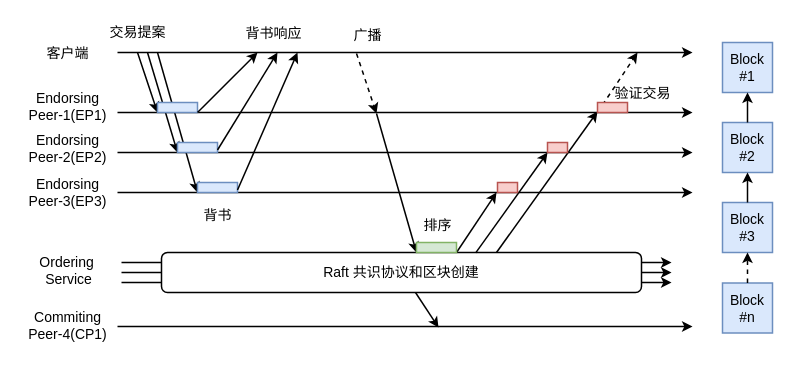
Mr-doublehappines/httpServer keeps this draw.io diagram as Raft共识.drawio. Above is the earlier version. Source tidied: cells renumbered, new cells numbered last; positions are measured from the earlier drawing's top-left corner, leaving out a move shared by most shapes. Both pictures are drawn from the tidied source at 100%, with x=0, y=0 at pixel (22, 17).
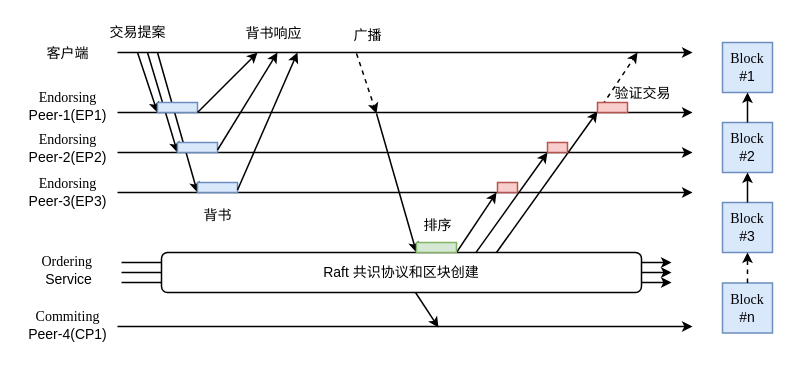
Above is the later version.

Diff of the diagram source:
```diff
@@
-    <mxCell id="11" value="&lt;font style=&quot;vertical-align: inherit; font-size: 14px;&quot;&gt;&lt;font style=&quot;vertical-align: inherit; font-size: 14px;&quot;&gt;&lt;font style=&quot;vertical-align: inherit; font-size: 14px;&quot;&gt;&lt;font style=&quot;vertical-align: inherit; font-size: 14px;&quot;&gt;Endorsing&lt;/font&gt;&lt;/font&gt;&lt;/font&gt;&lt;/font&gt;&lt;div style=&quot;font-size: 14px;&quot;&gt;&lt;font style=&quot;vertical-align: inherit; font-size: 14px;&quot;&gt;&lt;font style=&quot;vertical-align: inherit; font-size: 14px;&quot;&gt;Peer-1(EP1)&lt;/font&gt;&lt;/font&gt;&lt;/div&gt;" style="text;html=1;align=center;verticalAlign=middle;strokeColor=none;fillColor=none;fontSize=14;fontFamily=宋体;" parent="1" vertex="1">
-      <mxGeometry y="64" width="90" height="50" as="geometry" />
+    <mxCell id="11" value="&lt;font style=&quot;vertical-align: inherit; font-size: 14px;&quot;&gt;&lt;font style=&quot;vertical-align: inherit; font-size: 14px;&quot;&gt;&lt;font style=&quot;vertical-align: inherit; font-size: 14px;&quot;&gt;&lt;font face=&quot;Times New Roman&quot; style=&quot;vertical-align: inherit; font-size: 14px;&quot;&gt;Endorsing&lt;/font&gt;&lt;/font&gt;&lt;/font&gt;&lt;/font&gt;&lt;div style=&quot;font-size: 14px;&quot;&gt;&lt;font style=&quot;vertical-align: inherit; font-size: 14px;&quot;&gt;&lt;font face=&quot;mkeMbur1AeJrhPFCi3Xl&quot; style=&quot;vertical-align: inherit; font-size: 14px;&quot;&gt;Peer-1(EP1)&lt;/font&gt;&lt;/font&gt;&lt;/div&gt;" style="text;html=1;align=center;verticalAlign=middle;strokeColor=none;fillColor=none;fontSize=14;fontFamily=宋体;" parent="1" vertex="1">
+      <mxGeometry x="-5" y="64" width="100" height="50" as="geometry" />
     </mxCell>
-    <mxCell id="12" value="&lt;font style=&quot;vertical-align: inherit; font-size: 14px;&quot;&gt;&lt;font style=&quot;vertical-align: inherit; font-size: 14px;&quot;&gt;&lt;font style=&quot;vertical-align: inherit; font-size: 14px;&quot;&gt;&lt;font style=&quot;vertical-align: inherit; font-size: 14px;&quot;&gt;Endorsing&lt;/font&gt;&lt;/font&gt;&lt;/font&gt;&lt;/font&gt;&lt;div style=&quot;font-size: 14px;&quot;&gt;&lt;font style=&quot;vertical-align: inherit; font-size: 14px;&quot;&gt;&lt;font style=&quot;vertical-align: inherit; font-size: 14px;&quot;&gt;Peer-2(EP2)&lt;/font&gt;&lt;/font&gt;&lt;/div&gt;" style="text;html=1;align=center;verticalAlign=middle;strokeColor=none;fillColor=none;fontSize=14;fontFamily=宋体;" parent="1" vertex="1">
-      <mxGeometry y="106" width="90" height="50" as="geometry" />
+    <mxCell id="12" value="&lt;font style=&quot;vertical-align: inherit; font-size: 14px;&quot;&gt;&lt;font style=&quot;vertical-align: inherit; font-size: 14px;&quot;&gt;&lt;font style=&quot;vertical-align: inherit; font-size: 14px;&quot;&gt;&lt;font face=&quot;Times New Roman&quot; style=&quot;vertical-align: inherit; font-size: 14px;&quot;&gt;Endorsing&lt;/font&gt;&lt;/font&gt;&lt;/font&gt;&lt;/font&gt;&lt;div style=&quot;font-size: 14px;&quot;&gt;&lt;font style=&quot;vertical-align: inherit; font-size: 14px;&quot;&gt;&lt;font face=&quot;WWyYIYadYJw7NTssRgx7&quot; style=&quot;vertical-align: inherit; font-size: 14px;&quot;&gt;Peer-2(EP2)&lt;/font&gt;&lt;/font&gt;&lt;/div&gt;" style="text;html=1;align=center;verticalAlign=middle;strokeColor=none;fillColor=none;fontSize=14;fontFamily=宋体;" parent="1" vertex="1">
+      <mxGeometry x="-5" y="106" width="100" height="50" as="geometry" />
     </mxCell>
-    <mxCell id="13" value="&lt;font style=&quot;vertical-align: inherit; font-size: 14px;&quot;&gt;&lt;font style=&quot;vertical-align: inherit; font-size: 14px;&quot;&gt;&lt;font style=&quot;vertical-align: inherit; font-size: 14px;&quot;&gt;&lt;font style=&quot;vertical-align: inherit; font-size: 14px;&quot;&gt;Endorsing&lt;/font&gt;&lt;/font&gt;&lt;/font&gt;&lt;/font&gt;&lt;div style=&quot;font-size: 14px;&quot;&gt;&lt;font style=&quot;vertical-align: inherit; font-size: 14px;&quot;&gt;&lt;font style=&quot;vertical-align: inherit; font-size: 14px;&quot;&gt;Peer-3(EP3)&lt;/font&gt;&lt;/font&gt;&lt;/div&gt;" style="text;html=1;align=center;verticalAlign=middle;strokeColor=none;fillColor=none;fontSize=14;fontFamily=宋体;" parent="1" vertex="1">
-      <mxGeometry y="150" width="90" height="50" as="geometry" />
+    <mxCell id="13" value="&lt;font style=&quot;vertical-align: inherit; font-size: 14px;&quot;&gt;&lt;font style=&quot;vertical-align: inherit; font-size: 14px;&quot;&gt;&lt;font style=&quot;vertical-align: inherit; font-size: 14px;&quot;&gt;&lt;font face=&quot;Times New Roman&quot; style=&quot;vertical-align: inherit; font-size: 14px;&quot;&gt;Endorsing&lt;/font&gt;&lt;/font&gt;&lt;/font&gt;&lt;/font&gt;&lt;div style=&quot;font-size: 14px;&quot;&gt;&lt;font style=&quot;vertical-align: inherit; font-size: 14px;&quot;&gt;&lt;font face=&quot;gQ3BI6zvnFauqDmaf4Cy&quot; style=&quot;vertical-align: inherit; font-size: 14px;&quot;&gt;Peer-3(EP3)&lt;/font&gt;&lt;/font&gt;&lt;/div&gt;" style="text;html=1;align=center;verticalAlign=middle;strokeColor=none;fillColor=none;fontSize=14;fontFamily=宋体;" parent="1" vertex="1">
+      <mxGeometry x="-5" y="150" width="100" height="50" as="geometry" />
     </mxCell>
@@
-    <mxCell id="37" value="Ordering&amp;nbsp;&lt;div style=&quot;font-size: 14px;&quot;&gt;Service&lt;/div&gt;" style="text;html=1;align=center;verticalAlign=middle;strokeColor=none;fillColor=none;fontSize=14;fontFamily=宋体;" parent="1" vertex="1">
+    <mxCell id="37" value="&lt;font face=&quot;Times New Roman&quot;&gt;Ordering&amp;nbsp;&lt;/font&gt;&lt;div style=&quot;font-size: 14px;&quot;&gt;&lt;font face=&quot;DNnAhaVaMO4s61EUt8Ar&quot;&gt;Service&lt;/font&gt;&lt;/div&gt;" style="text;html=1;align=center;verticalAlign=middle;strokeColor=none;fillColor=none;fontSize=14;fontFamily=宋体;" parent="1" vertex="1">
       <mxGeometry x="6" y="228" width="80" height="50" as="geometry" />
     </mxCell>
-    <mxCell id="38" value="Commiting&lt;div style=&quot;font-size: 14px;&quot;&gt;Peer-4(CP1)&lt;/div&gt;" style="text;html=1;align=center;verticalAlign=middle;strokeColor=none;fillColor=none;fontSize=14;fontFamily=宋体;" parent="1" vertex="1">
-      <mxGeometry y="283" width="90" height="50" as="geometry" />
+    <mxCell id="38" value="&lt;font face=&quot;Times New Roman&quot;&gt;Commiting&lt;/font&gt;&lt;div style=&quot;font-size: 14px;&quot;&gt;&lt;font face=&quot;qBFvAq4sa9M2BY5LMyso&quot;&gt;Peer-4(CP1)&lt;/font&gt;&lt;/div&gt;" style="text;html=1;align=center;verticalAlign=middle;strokeColor=none;fillColor=none;fontSize=14;fontFamily=宋体;" parent="1" vertex="1">
+      <mxGeometry x="-5" y="283" width="100" height="50" as="geometry" />
     </mxCell>
-    <mxCell id="39" value="Block&lt;div style=&quot;font-size: 14px;&quot;&gt;#1&lt;/div&gt;" style="whiteSpace=wrap;html=1;fontFamily=宋体;fontSize=14;fillColor=#dae8fc;strokeWidth=1.5;strokeColor=#6c8ebf;" parent="1" vertex="1">
+    <mxCell id="39" value="&lt;font face=&quot;Times New Roman&quot;&gt;Block&lt;/font&gt;&lt;div style=&quot;font-size: 14px;&quot;&gt;&lt;font face=&quot;OqSwQvgUJIZZfSJbqJov&quot;&gt;#1&lt;/font&gt;&lt;/div&gt;" style="whiteSpace=wrap;html=1;fontFamily=宋体;fontSize=14;fillColor=#dae8fc;strokeWidth=1.5;strokeColor=#6c8ebf;" parent="1" vertex="1">
       <mxGeometry x="700" y="25" width="50" height="50" as="geometry" />
     </mxCell>
-    <mxCell id="40" value="Block&lt;div style=&quot;font-size: 14px;&quot;&gt;#2&lt;/div&gt;" style="whiteSpace=wrap;html=1;strokeColor=#6c8ebf;align=center;verticalAlign=middle;fontFamily=宋体;fontSize=14;fillColor=#dae8fc;strokeWidth=1.5;" parent="1" vertex="1">
+    <mxCell id="40" value="&lt;font face=&quot;Times New Roman&quot;&gt;Block&lt;/font&gt;&lt;div style=&quot;font-size: 14px;&quot;&gt;&lt;font face=&quot;nBN38asvELGrLQXmzEoJ&quot;&gt;#2&lt;/font&gt;&lt;/div&gt;" style="whiteSpace=wrap;html=1;strokeColor=#6c8ebf;align=center;verticalAlign=middle;fontFamily=宋体;fontSize=14;fillColor=#dae8fc;strokeWidth=1.5;" parent="1" vertex="1">
       <mxGeometry x="700" y="105" width="50" height="50" as="geometry" />
     </mxCell>
-    <mxCell id="41" value="Block&lt;div style=&quot;font-size: 14px;&quot;&gt;#3&lt;/div&gt;" style="whiteSpace=wrap;html=1;strokeColor=#6c8ebf;align=center;verticalAlign=middle;fontFamily=宋体;fontSize=14;fillColor=#dae8fc;strokeWidth=1.5;" parent="1" vertex="1">
+    <mxCell id="41" value="&lt;font face=&quot;Times New Roman&quot;&gt;Block&lt;/font&gt;&lt;div style=&quot;font-size: 14px;&quot;&gt;&lt;font face=&quot;OfVZthkvg3CaWJ_4dsRc&quot;&gt;#3&lt;/font&gt;&lt;/div&gt;" style="whiteSpace=wrap;html=1;strokeColor=#6c8ebf;align=center;verticalAlign=middle;fontFamily=宋体;fontSize=14;fillColor=#dae8fc;strokeWidth=1.5;" parent="1" vertex="1">
       <mxGeometry x="700" y="185" width="50" height="50" as="geometry" />
     </mxCell>
-    <mxCell id="42" value="Block&lt;div style=&quot;font-size: 14px;&quot;&gt;#n&lt;/div&gt;" style="whiteSpace=wrap;html=1;fontFamily=宋体;fontSize=14;strokeColor=#6c8ebf;align=center;verticalAlign=middle;fillColor=#dae8fc;strokeWidth=1.5;" parent="1" vertex="1">
+    <mxCell id="42" value="&lt;font face=&quot;Times New Roman&quot;&gt;Block&lt;/font&gt;&lt;div style=&quot;font-size: 14px;&quot;&gt;&lt;font face=&quot;le6P_OrJlW3Lhu8JZRG8&quot;&gt;#n&lt;/font&gt;&lt;/div&gt;" style="whiteSpace=wrap;html=1;fontFamily=宋体;fontSize=14;strokeColor=#6c8ebf;align=center;verticalAlign=middle;fillColor=#dae8fc;strokeWidth=1.5;" parent="1" vertex="1">
       <mxGeometry x="700" y="265.5" width="50" height="50" as="geometry" />
     </mxCell>
```
